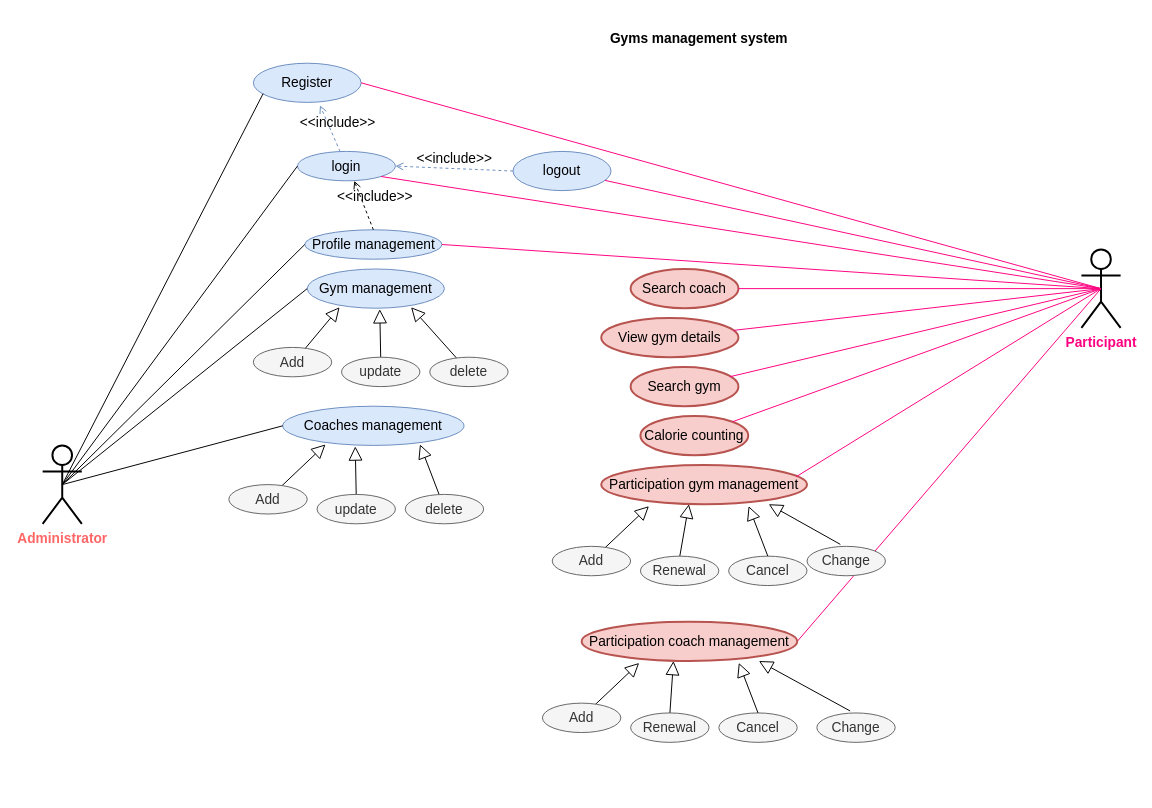
This is gym.drawio from doaa517/Diagrams, a draw.io file, before an edit. Source tidied: cells renumbered, new cells numbered last; positions are measured from the earlier drawing's top-left corner, leaving out a move shared by most shapes. Both pictures are drawn from the tidied source at 98%, with x=0, y=0 at pixel (42, 24).
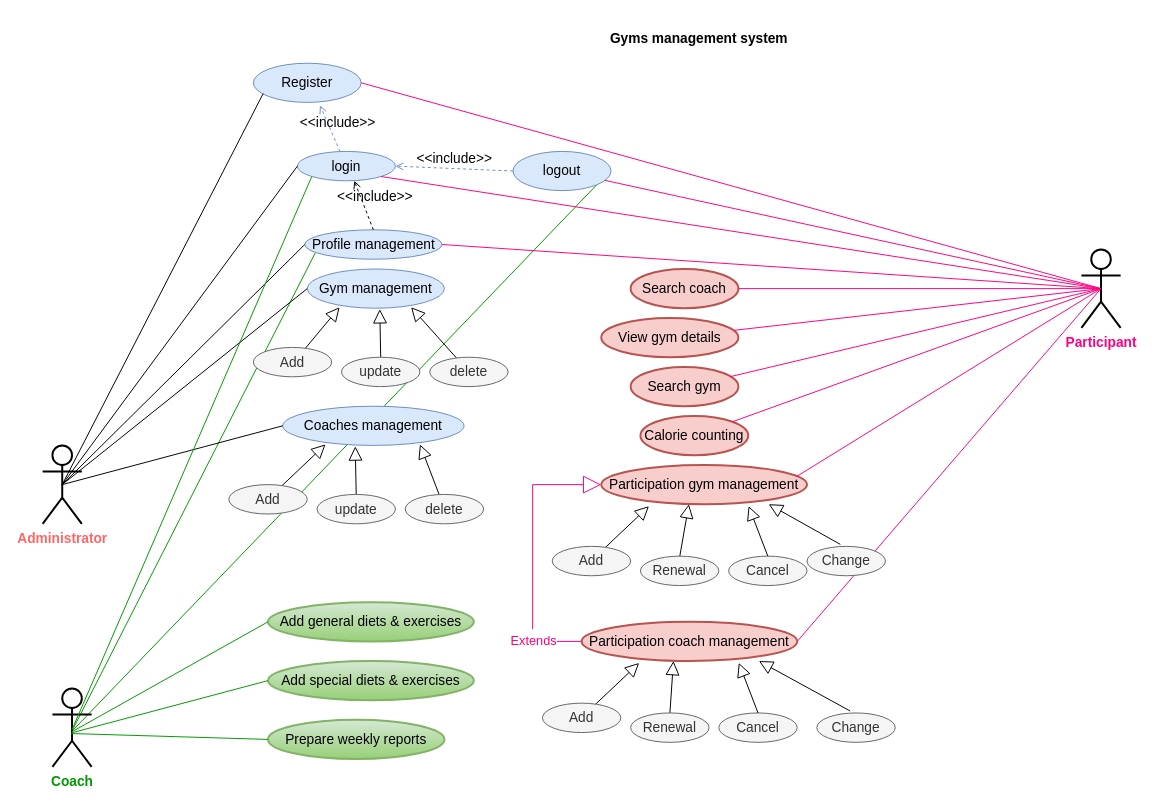
The same diagram, later.

The change refers to these unchanged cells:
```xml
<mxCell id="5" value="login" style="ellipse;whiteSpace=wrap;html=1;fontSize=14;fillColor=#dae8fc;strokeColor=#6c8ebf;" parent="1" vertex="1">
  <mxGeometry x="260" y="130" width="100" height="30" as="geometry" />
</mxCell>
<mxCell id="9" value="logout" style="ellipse;whiteSpace=wrap;html=1;fontSize=14;fillColor=#dae8fc;strokeColor=#6c8ebf;" parent="1" vertex="1">
  <mxGeometry x="480" y="130" width="100" height="40" as="geometry" />
</mxCell>
<mxCell id="38" value="&lt;span&gt;Participation gym management &lt;/span&gt;" style="ellipse;whiteSpace=wrap;html=1;strokeWidth=2;fontSize=14;fillColor=#f8cecc;strokeColor=#b85450;" parent="1" vertex="1">
  <mxGeometry x="570" y="450" width="210" height="40" as="geometry" />
</mxCell>
<mxCell id="54" value="&lt;span&gt;Participation coach management &lt;/span&gt;" style="ellipse;whiteSpace=wrap;html=1;strokeWidth=2;fontSize=14;fillColor=#f8cecc;strokeColor=#b85450;" parent="1" vertex="1">
  <mxGeometry x="550" y="610" width="220" height="40" as="geometry" />
</mxCell>
```

Change to the diagram source:
```diff
@@
+    <mxCell id="63" style="endArrow=none;html=1;rounded=0;strokeColor=#009900;fontSize=13;fontColor=#009900;entryX=1;entryY=1;entryDx=0;entryDy=0;" parent="1" edge="1" target="9">
+      <mxGeometry relative="1" as="geometry">
+        <mxPoint x="31" y="720.6" as="sourcePoint" />
+      </mxGeometry>
+    </mxCell>
+    <mxCell id="64" style="endArrow=none;html=1;rounded=0;strokeColor=#009900;fontSize=13;fontColor=#009900;" parent="1" edge="1">
+      <mxGeometry relative="1" as="geometry">
+        <mxPoint x="31" y="719.4" as="sourcePoint" />
+        <mxPoint x="280" y="230" as="targetPoint" />
+      </mxGeometry>
+    </mxCell>
@@
+    <mxCell id="65" value="&lt;font style=&quot;font-size: 13px;&quot; color=&quot;#FF0080&quot;&gt;Extends&lt;/font&gt;" style="endArrow=block;endSize=16;endFill=0;html=1;rounded=0;strokeColor=#FF0080;fontSize=18;exitX=0;exitY=0.5;exitDx=0;exitDy=0;entryX=0;entryY=0.5;entryDx=0;entryDy=0;edgeStyle=orthogonalEdgeStyle;" parent="1" edge="1" source="54" target="38">
+      <mxGeometry x="-0.65" y="-2" relative="1" as="geometry">
+        <Array as="points">
+          <mxPoint x="500" y="630" />
+          <mxPoint x="500" y="470" />
+        </Array>
+      </mxGeometry>
+    </mxCell>
+    <mxCell id="66" value="&lt;font style=&quot;font-size: 14px;&quot; color=&quot;#009900&quot;&gt;&lt;b&gt;&lt;span&gt;Coach&lt;/span&gt;&lt;/b&gt;&lt;/font&gt;" style="shape=umlActor;verticalLabelPosition=bottom;verticalAlign=top;html=1;strokeWidth=2;" parent="1" vertex="1">
+      <mxGeometry x="10" y="678" width="40" height="80" as="geometry" />
+    </mxCell>
+    <mxCell id="67" style="endArrow=none;html=1;rounded=0;strokeColor=#009900;fontSize=13;fontColor=#009900;entryX=0;entryY=1;entryDx=0;entryDy=0;" parent="1" edge="1" target="5">
+      <mxGeometry relative="1" as="geometry">
+        <mxPoint x="30" y="720" as="sourcePoint" />
+      </mxGeometry>
+    </mxCell>
+    <mxCell id="68" value="&lt;p&gt;&lt;span&gt;Add general diets&lt;/span&gt; &amp;amp; exercises &lt;/p&gt;" style="ellipse;whiteSpace=wrap;html=1;strokeWidth=2;fontSize=14;fillColor=#d5e8d4;strokeColor=#82b366;gradientColor=#97d077;" parent="1" vertex="1">
+      <mxGeometry x="230" y="590" width="210" height="40" as="geometry" />
+    </mxCell>
+    <mxCell id="69" value="&lt;p&gt;&lt;span&gt;Add special diets&lt;/span&gt; &amp;amp; exercises&lt;/p&gt;" style="ellipse;whiteSpace=wrap;html=1;strokeWidth=2;fontSize=14;fillColor=#d5e8d4;strokeColor=#82b366;gradientColor=#97d077;" parent="1" vertex="1">
+      <mxGeometry x="230" y="650" width="210" height="40" as="geometry" />
+    </mxCell>
+    <mxCell id="70" value="&lt;span&gt;Prepare weekly reports &lt;/span&gt;" style="ellipse;whiteSpace=wrap;html=1;strokeWidth=2;fontSize=14;fillColor=#d5e8d4;strokeColor=#82b366;gradientColor=#97d077;" parent="1" vertex="1">
+      <mxGeometry x="230" y="710" width="180" height="40" as="geometry" />
+    </mxCell>
+    <mxCell id="71" style="endArrow=none;html=1;rounded=0;strokeColor=#009900;fontSize=13;fontColor=#009900;entryX=0;entryY=0.5;entryDx=0;entryDy=0;" parent="1" edge="1" target="68">
+      <mxGeometry relative="1" as="geometry">
+        <mxPoint x="30" y="722.2" as="sourcePoint" />
+      </mxGeometry>
+    </mxCell>
+    <mxCell id="72" style="endArrow=none;html=1;rounded=0;strokeColor=#009900;fontSize=13;fontColor=#009900;entryX=0;entryY=0.5;entryDx=0;entryDy=0;" parent="1" edge="1" target="69">
+      <mxGeometry relative="1" as="geometry">
+        <mxPoint x="30" y="723.2" as="sourcePoint" />
+      </mxGeometry>
+    </mxCell>
+    <mxCell id="73" style="endArrow=none;html=1;rounded=0;strokeColor=#009900;fontSize=13;fontColor=#009900;entryX=0;entryY=0.5;entryDx=0;entryDy=0;" parent="1" edge="1" target="70">
+      <mxGeometry relative="1" as="geometry">
+        <mxPoint x="29" y="724" as="sourcePoint" />
+      </mxGeometry>
+    </mxCell>
```
